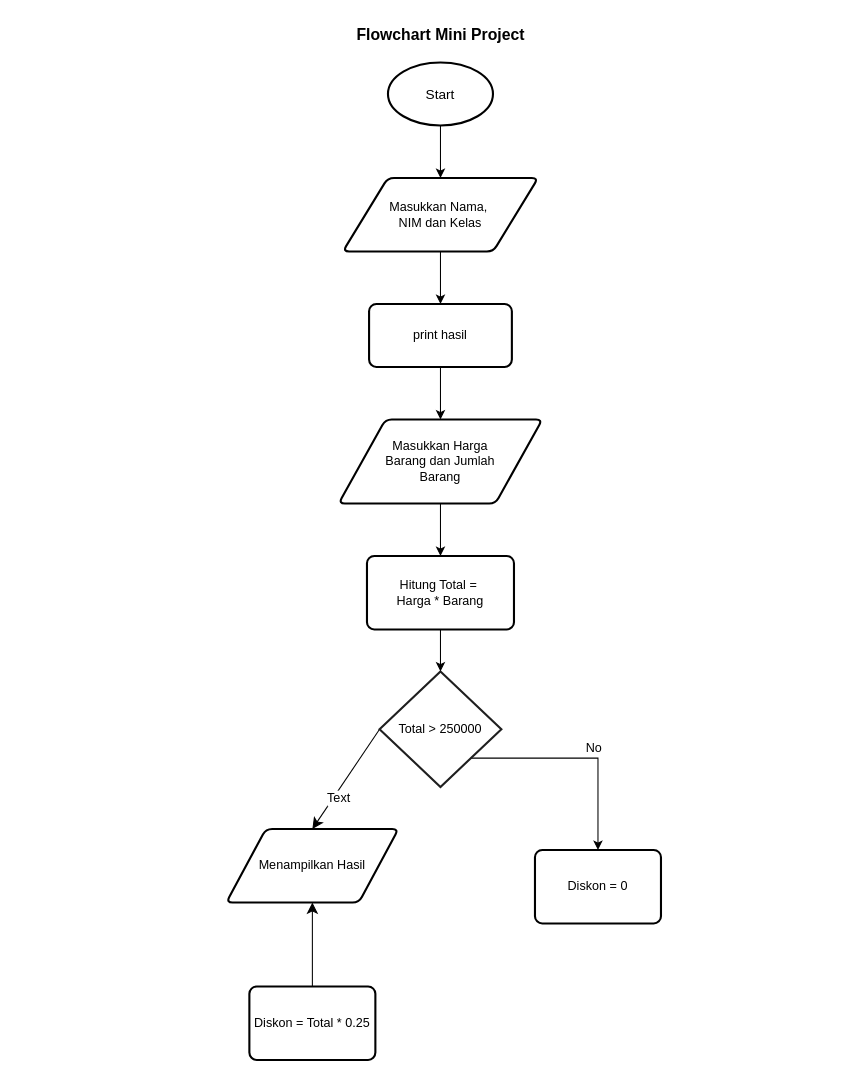
Earlier version of the draw.io diagram Flowchart MInpro.drawio (ainunnnnnn23/Ainun-Project). Source tidied: cells renumbered, new cells numbered last; positions are measured from the earlier drawing's top-left corner, leaving out a move shared by most shapes. Both pictures are drawn from the tidied source at 105%, with x=0, y=0 at pixel (226, 18).
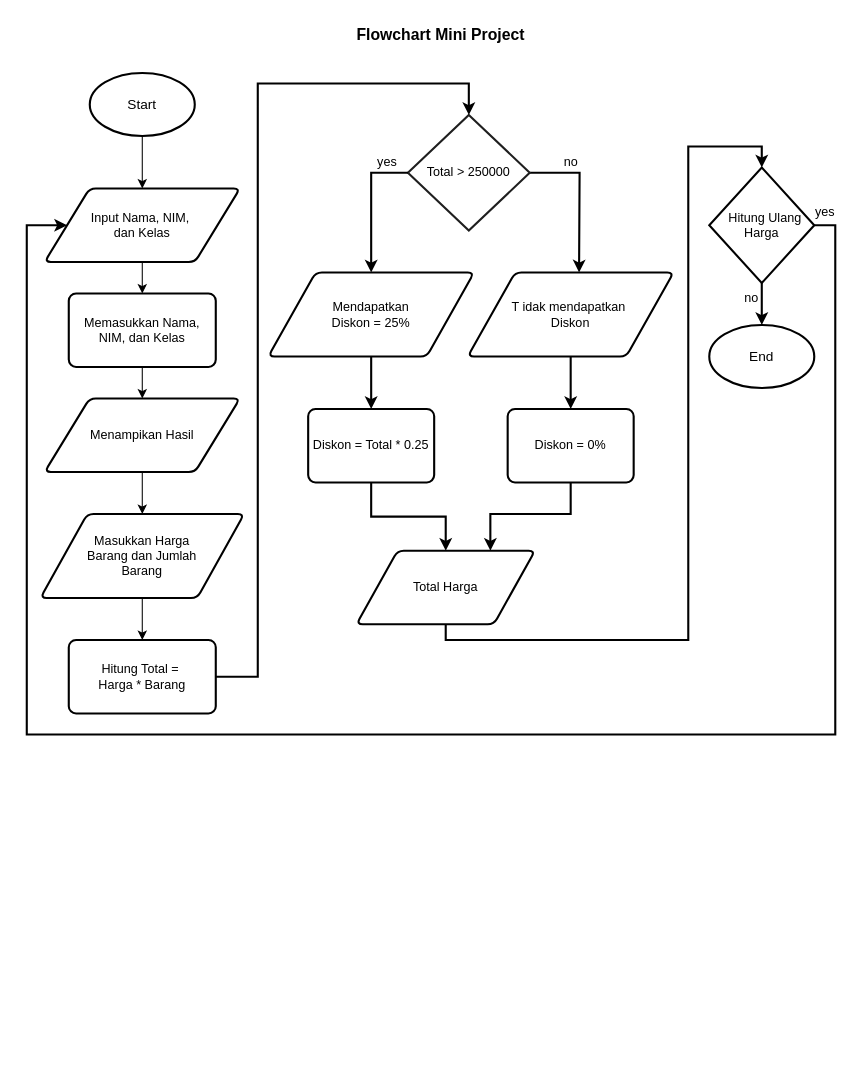
The same page after the edit.

Diff of the diagram source:
```diff
@@
-    <mxCell id="2" style="edgeStyle=none;curved=1;rounded=0;jettySize=auto;html=1;exitX=0.5;exitY=1;exitDx=0;exitDy=0;fontSize=12;startSize=8;endSize=8;" parent="1" edge="1" source="3" target="21">
-      <mxGeometry relative="1" as="geometry" />
-    </mxCell>
+    <mxCell id="23" style="edgeStyle=orthogonalEdgeStyle;rounded=0;jettySize=auto;html=1;exitX=0.5;exitY=1;exitDx=0;exitDy=0;entryX=0.5;entryY=0;entryDx=0;entryDy=0;strokeWidth=2;" parent="1" edge="1" source="3" target="29">
+      <mxGeometry relative="1" as="geometry" />
+    </mxCell>
     <mxCell id="3" value="Diskon = Total * 0.25" style="rounded=1;whiteSpace=wrap;html=1;absoluteArcSize=1;arcSize=14;strokeWidth=2;" parent="1" vertex="1">
-      <mxGeometry x="22" y="922" width="120" height="70" as="geometry" />
+      <mxGeometry x="78" y="372" width="120" height="70" as="geometry" />
     </mxCell>
-    <mxCell id="4" style="edgeStyle=orthogonalEdgeStyle;rounded=0;jettySize=auto;html=1;exitX=1;exitY=1;exitDx=0;exitDy=0;" parent="1" edge="1" source="7" target="19">
-      <mxGeometry relative="1" as="geometry" />
-    </mxCell>
-    <mxCell id="5" style="edgeStyle=none;curved=1;rounded=0;jettySize=auto;html=1;exitX=0;exitY=0.5;exitDx=0;exitDy=0;entryX=0.5;entryY=0;entryDx=0;entryDy=0;fontSize=12;startSize=8;endSize=8;" parent="1" edge="1" source="7" target="21">
-      <mxGeometry relative="1" as="geometry" />
-    </mxCell>
-    <mxCell id="6" value="Text" style="edgeLabel;html=1;align=center;verticalAlign=middle;fontSize=12;" parent="5" vertex="1">
-      <mxGeometry x="0.32" y="4" relative="1" as="geometry" />
-    </mxCell>
+    <mxCell id="24" style="edgeStyle=orthogonalEdgeStyle;rounded=0;jettySize=auto;html=1;exitX=1;exitY=0.5;exitDx=0;exitDy=0;entryX=0.5;entryY=0;entryDx=0;entryDy=0;strokeWidth=2;" parent="1" edge="1" source="7">
+      <mxGeometry relative="1" as="geometry">
+        <mxPoint x="336" y="242" as="targetPoint" />
+      </mxGeometry>
+    </mxCell>
     <mxCell id="7" value="Total &amp;gt; 250000" style="rhombus;whiteSpace=wrap;html=1;strokeColor=#1F1F1F;shadow=0;strokeWidth=2;" parent="1" vertex="1">
-      <mxGeometry x="146" y="622" width="116" height="110" as="geometry" />
+      <mxGeometry x="173" y="92" width="116" height="110" as="geometry" />
     </mxCell>
@@
     <mxCell id="9" value="&lt;font style=&quot;font-size: 13px;&quot;&gt;Start&lt;/font&gt;" style="strokeWidth=2;html=1;shape=mxgraph.flowchart.start_1;whiteSpace=wrap;" parent="1" vertex="1">
-      <mxGeometry x="154" y="42" width="100" height="60" as="geometry" />
+      <mxGeometry x="-130" y="52" width="100" height="60" as="geometry" />
     </mxCell>
@@
-    <mxCell id="11" style="edgeStyle=orthogonalEdgeStyle;rounded=0;jettySize=auto;html=1;exitX=0.5;exitY=1;exitDx=0;exitDy=0;" parent="1" edge="1" source="12" target="14">
-      <mxGeometry relative="1" as="geometry" />
-    </mxCell>
+    <mxCell id="25" style="edgeStyle=orthogonalEdgeStyle;rounded=0;jettySize=auto;html=1;exitX=0.5;exitY=1;exitDx=0;exitDy=0;entryX=0.5;entryY=0;entryDx=0;entryDy=0;" parent="1" edge="1" source="12" target="42">
+      <mxGeometry relative="1" as="geometry" />
+    </mxCell>
-    <mxCell id="12" value="&lt;font style=&quot;font-size: 12px;&quot;&gt;Masukkan Nama,&amp;nbsp;&lt;/font&gt;&lt;div&gt;&lt;font style=&quot;font-size: 12px;&quot;&gt;NIM&amp;nbsp;&lt;/font&gt;&lt;span style=&quot;background-color: initial;&quot;&gt;dan Kelas&lt;/span&gt;&lt;/div&gt;" style="shape=parallelogram;html=1;strokeWidth=2;perimeter=parallelogramPerimeter;whiteSpace=wrap;rounded=1;arcSize=12;size=0.23;" parent="1" vertex="1">
-      <mxGeometry x="111" y="152" width="186" height="70" as="geometry" />
+    <mxCell id="12" value="Input Nama, NIM,&amp;nbsp;&lt;div&gt;dan Kelas&lt;/div&gt;" style="shape=parallelogram;html=1;strokeWidth=2;perimeter=parallelogramPerimeter;whiteSpace=wrap;rounded=1;arcSize=12;size=0.23;align=center;" parent="1" vertex="1">
+      <mxGeometry x="-173" y="162" width="186" height="70" as="geometry" />
     </mxCell>
-    <mxCell id="13" style="edgeStyle=orthogonalEdgeStyle;rounded=0;jettySize=auto;html=1;exitX=0.5;exitY=1;exitDx=0;exitDy=0;entryX=0.5;entryY=0;entryDx=0;entryDy=0;" parent="1" edge="1" source="14" target="16">
+    <mxCell id="13" style="edgeStyle=orthogonalEdgeStyle;rounded=0;jettySize=auto;html=1;exitX=0.5;exitY=1;exitDx=0;exitDy=0;entryX=0.5;entryY=0;entryDx=0;entryDy=0;" parent="1" edge="1" source="28" target="16">
       <mxGeometry relative="1" as="geometry" />
     </mxCell>
-    <mxCell id="14" value="print hasil" style="rounded=1;whiteSpace=wrap;html=1;absoluteArcSize=1;arcSize=14;strokeWidth=2;" parent="1" vertex="1">
-      <mxGeometry x="136" y="272" width="136" height="60" as="geometry" />
-    </mxCell>
@@
     <mxCell id="16" value="Masukkan Harga&lt;div&gt;&amp;nbsp;Barang&lt;span style=&quot;background-color: initial;&quot;&gt;&amp;nbsp;dan Jumlah&amp;nbsp;&lt;/span&gt;&lt;/div&gt;&lt;div&gt;&lt;span style=&quot;background-color: initial;&quot;&gt;Barang&lt;/span&gt;&lt;/div&gt;" style="shape=parallelogram;html=1;strokeWidth=2;perimeter=parallelogramPerimeter;whiteSpace=wrap;rounded=1;arcSize=12;size=0.23;align=center;" parent="1" vertex="1">
-      <mxGeometry x="107" y="382" width="194" height="80" as="geometry" />
+      <mxGeometry x="-177" y="472" width="194" height="80" as="geometry" />
     </mxCell>
-    <mxCell id="17" style="edgeStyle=orthogonalEdgeStyle;rounded=0;jettySize=auto;html=1;exitX=0.5;exitY=1;exitDx=0;exitDy=0;entryX=0.5;entryY=0;entryDx=0;entryDy=0;" parent="1" edge="1" source="18" target="7">
-      <mxGeometry relative="1" as="geometry" />
+    <mxCell id="17" style="edgeStyle=orthogonalEdgeStyle;rounded=0;jettySize=auto;html=1;exitX=0.5;exitY=1;exitDx=0;exitDy=0;entryX=0.5;entryY=0;entryDx=0;entryDy=0;strokeWidth=2;" parent="1" edge="1" source="18" target="7">
+      <mxGeometry relative="1" as="geometry">
+        <Array as="points">
+          <mxPoint x="-80" y="627" />
+          <mxPoint x="30" y="627" />
+          <mxPoint x="30" y="62" />
+          <mxPoint x="231" y="62" />
+        </Array>
+      </mxGeometry>
     </mxCell>
     <mxCell id="18" value="Hitung Total =&amp;nbsp;&lt;div&gt;Harga * Barang&lt;/div&gt;" style="rounded=1;whiteSpace=wrap;html=1;absoluteArcSize=1;arcSize=14;strokeWidth=2;" parent="1" vertex="1">
-      <mxGeometry x="134" y="512" width="140" height="70" as="geometry" />
+      <mxGeometry x="-150" y="592" width="140" height="70" as="geometry" />
     </mxCell>
+    <mxCell id="26" style="edgeStyle=orthogonalEdgeStyle;rounded=0;jettySize=auto;html=1;exitX=0.5;exitY=1;exitDx=0;exitDy=0;entryX=0.75;entryY=0;entryDx=0;entryDy=0;strokeWidth=2;" parent="1" edge="1" source="19" target="29">
+      <mxGeometry relative="1" as="geometry">
+        <Array as="points">
+          <mxPoint x="320" y="472" />
+          <mxPoint x="261" y="472" />
+        </Array>
+      </mxGeometry>
+    </mxCell>
-    <mxCell id="19" value="Diskon = 0" style="rounded=1;whiteSpace=wrap;html=1;absoluteArcSize=1;arcSize=14;strokeWidth=2;" parent="1" vertex="1">
-      <mxGeometry x="294" y="792" width="120" height="70" as="geometry" />
+    <mxCell id="19" value="Diskon = 0%" style="rounded=1;whiteSpace=wrap;html=1;absoluteArcSize=1;arcSize=14;strokeWidth=2;" parent="1" vertex="1">
+      <mxGeometry x="268" y="372" width="120" height="70" as="geometry" />
     </mxCell>
-    <mxCell id="20" value="No" style="text;html=1;align=center;verticalAlign=middle;strokeColor=none;fillColor=none;" parent="1" vertex="1">
-      <mxGeometry x="330" y="680" width="40" height="30" as="geometry" />
-    </mxCell>
+    <mxCell id="27" style="edgeStyle=orthogonalEdgeStyle;rounded=0;jettySize=auto;html=1;exitX=0.5;exitY=1;exitDx=0;exitDy=0;strokeWidth=2;" parent="1" edge="1" source="21" target="3">
+      <mxGeometry relative="1" as="geometry" />
+    </mxCell>
-    <mxCell id="21" value="Menampilkan Hasil" style="shape=parallelogram;html=1;strokeWidth=2;perimeter=parallelogramPerimeter;whiteSpace=wrap;rounded=1;arcSize=12;size=0.23;" parent="1" vertex="1">
-      <mxGeometry y="772" width="164" height="70" as="geometry" />
+    <mxCell id="21" value="&amp;nbsp;Mendapatkan&amp;nbsp;&lt;div&gt;Diskon =&amp;nbsp;&lt;span style=&quot;background-color: initial;&quot;&gt;25%&lt;/span&gt;&lt;/div&gt;" style="shape=parallelogram;html=1;strokeWidth=2;perimeter=parallelogramPerimeter;whiteSpace=wrap;rounded=1;arcSize=12;size=0.23;" parent="1" vertex="1">
+      <mxGeometry x="40" y="242" width="196" height="80" as="geometry" />
     </mxCell>
-    <mxCell id="22" style="edgeStyle=none;curved=1;rounded=0;orthogonalLoop=1;jettySize=auto;html=1;exitX=0;exitY=1;exitDx=0;exitDy=0;fontSize=12;startSize=8;endSize=8;" parent="1" edge="1" source="7" target="7">
-      <mxGeometry relative="1" as="geometry" />
-    </mxCell>
+    <mxCell id="28" value="Menampikan Hasil" style="shape=parallelogram;html=1;strokeWidth=2;perimeter=parallelogramPerimeter;whiteSpace=wrap;rounded=1;arcSize=12;size=0.23;" parent="1" vertex="1">
+      <mxGeometry x="-173" y="362" width="186" height="70" as="geometry" />
+    </mxCell>
+    <mxCell id="29" value="Total Harga" style="shape=parallelogram;html=1;strokeWidth=2;perimeter=parallelogramPerimeter;whiteSpace=wrap;rounded=1;arcSize=12;size=0.23;" parent="1" vertex="1">
+      <mxGeometry x="124" y="507" width="170" height="70" as="geometry" />
+    </mxCell>
+    <mxCell id="30" style="edgeStyle=orthogonalEdgeStyle;rounded=0;jettySize=auto;html=1;exitX=0.5;exitY=1;exitDx=0;exitDy=0;strokeWidth=2;" parent="1" edge="1" source="29" target="33">
+      <mxGeometry relative="1" as="geometry">
+        <Array as="points">
+          <mxPoint x="209" y="592" />
+          <mxPoint x="440" y="592" />
+          <mxPoint x="440" y="122" />
+          <mxPoint x="510" y="122" />
+        </Array>
+      </mxGeometry>
+    </mxCell>
+    <mxCell id="5" style="edgeStyle=orthogonalEdgeStyle;rounded=0;jettySize=auto;html=1;exitX=0;exitY=0.5;exitDx=0;exitDy=0;entryX=0.5;entryY=0;entryDx=0;entryDy=0;strokeWidth=2;" parent="1" edge="1" source="7" target="21">
+      <mxGeometry relative="1" as="geometry" />
+    </mxCell>
+    <mxCell id="31" style="edgeStyle=orthogonalEdgeStyle;rounded=0;jettySize=auto;html=1;strokeWidth=2;entryX=0.5;entryY=0;entryDx=0;entryDy=0;entryPerimeter=0;" parent="1" edge="1" source="33" target="38">
+      <mxGeometry relative="1" as="geometry" />
+    </mxCell>
+    <mxCell id="32" style="edgeStyle=orthogonalEdgeStyle;rounded=0;jettySize=auto;html=1;exitX=0.5;exitY=0;exitDx=0;exitDy=0;entryX=0;entryY=0.5;entryDx=0;entryDy=0;strokeWidth=2;" parent="1" edge="1" source="33" target="12">
+      <mxGeometry relative="1" as="geometry">
+        <Array as="points">
+          <mxPoint x="580" y="197" />
+          <mxPoint x="580" y="682" />
+          <mxPoint x="-190" y="682" />
+          <mxPoint x="-190" y="197" />
+        </Array>
+      </mxGeometry>
+    </mxCell>
+    <mxCell id="33" value="&amp;nbsp; Hitung Ulang Harga" style="rhombus;whiteSpace=wrap;html=1;strokeWidth=2;direction=south;" parent="1" vertex="1">
+      <mxGeometry x="460" y="142" width="100" height="110" as="geometry" />
+    </mxCell>
+    <mxCell id="34" value="yes" style="text;html=1;align=center;verticalAlign=middle;strokeColor=none;fillColor=none;" parent="1" vertex="1">
+      <mxGeometry x="133" y="122" width="40" height="30" as="geometry" />
+    </mxCell>
+    <mxCell id="35" value="no" style="text;html=1;align=center;verticalAlign=middle;strokeColor=none;fillColor=none;" parent="1" vertex="1">
+      <mxGeometry x="308" y="122" width="40" height="30" as="geometry" />
+    </mxCell>
+    <mxCell id="36" style="edgeStyle=orthogonalEdgeStyle;rounded=0;jettySize=auto;html=1;exitX=0.5;exitY=1;exitDx=0;exitDy=0;entryX=0.5;entryY=0;entryDx=0;entryDy=0;strokeWidth=2;" parent="1" edge="1" source="37" target="19">
+      <mxGeometry relative="1" as="geometry" />
+    </mxCell>
+    <mxCell id="37" value="T idak mendapatkan&amp;nbsp;&lt;div&gt;Diskon&lt;/div&gt;" style="shape=parallelogram;html=1;strokeWidth=2;perimeter=parallelogramPerimeter;whiteSpace=wrap;rounded=1;arcSize=12;size=0.23;" parent="1" vertex="1">
+      <mxGeometry x="230" y="242" width="196" height="80" as="geometry" />
+    </mxCell>
+    <mxCell id="38" value="&lt;font style=&quot;font-size: 13px;&quot;&gt;End&lt;/font&gt;" style="strokeWidth=2;html=1;shape=mxgraph.flowchart.start_1;whiteSpace=wrap;" parent="1" vertex="1">
+      <mxGeometry x="460" y="292" width="100" height="60" as="geometry" />
+    </mxCell>
+    <mxCell id="39" value="yes" style="text;html=1;align=center;verticalAlign=middle;strokeColor=none;fillColor=none;" parent="1" vertex="1">
+      <mxGeometry x="550" y="170" width="40" height="30" as="geometry" />
+    </mxCell>
+    <mxCell id="40" value="no" style="text;html=1;align=center;verticalAlign=middle;strokeColor=none;fillColor=none;" parent="1" vertex="1">
+      <mxGeometry x="480" y="252" width="40" height="30" as="geometry" />
+    </mxCell>
+    <mxCell id="41" style="edgeStyle=orthogonalEdgeStyle;rounded=0;jettySize=auto;html=1;exitX=0.5;exitY=1;exitDx=0;exitDy=0;entryX=0.5;entryY=0;entryDx=0;entryDy=0;" parent="1" edge="1" source="42" target="28">
+      <mxGeometry relative="1" as="geometry" />
+    </mxCell>
+    <mxCell id="42" value="Memasukkan Nama, NIM, dan Kelas" style="rounded=1;whiteSpace=wrap;html=1;absoluteArcSize=1;arcSize=14;strokeWidth=2;" parent="1" vertex="1">
+      <mxGeometry x="-150" y="262" width="140" height="70" as="geometry" />
+    </mxCell>
```
